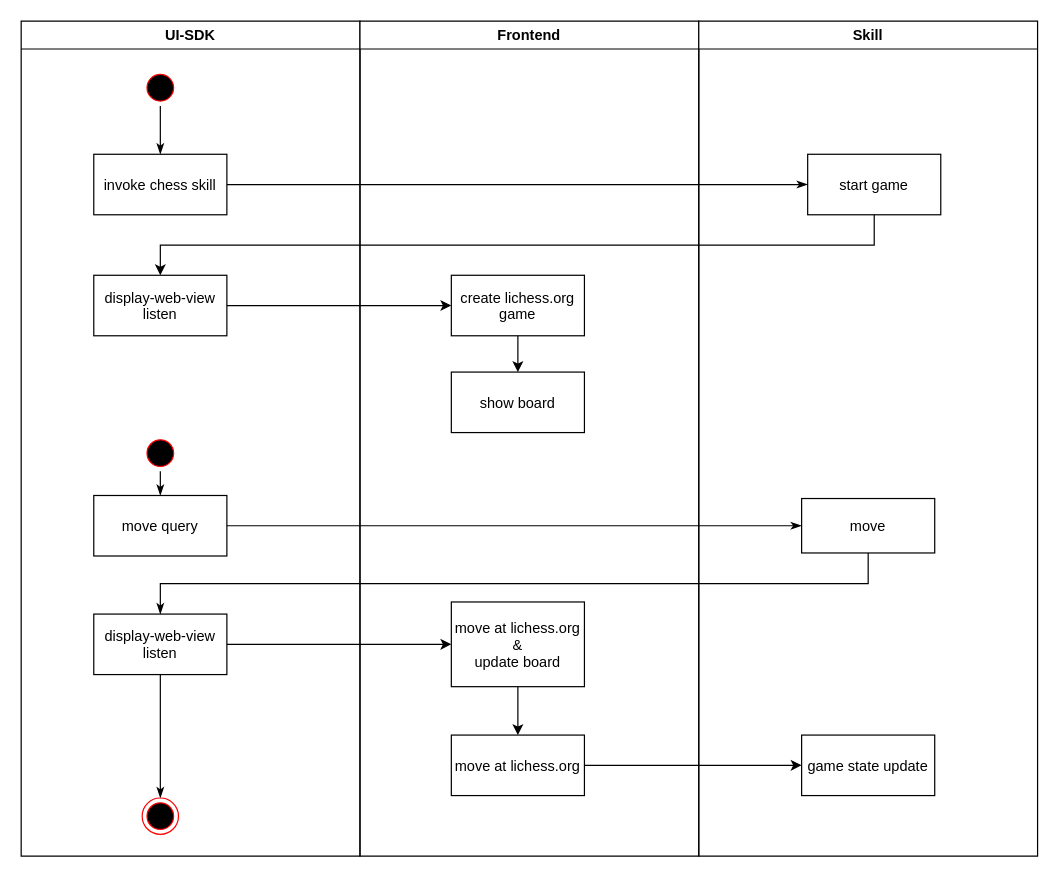
This is page "Normal Flow" (1 of 2) of docs/flows.drawio from mosure/chess-assistant-skill, a draw.io file, before an edit. Source tidied: cells renumbered, new cells numbered last; positions are measured from the earlier drawing's top-left corner, leaving out a move shared by most shapes. Both pictures are drawn from the tidied source at 121%, with x=0, y=0 at pixel (21, 21).
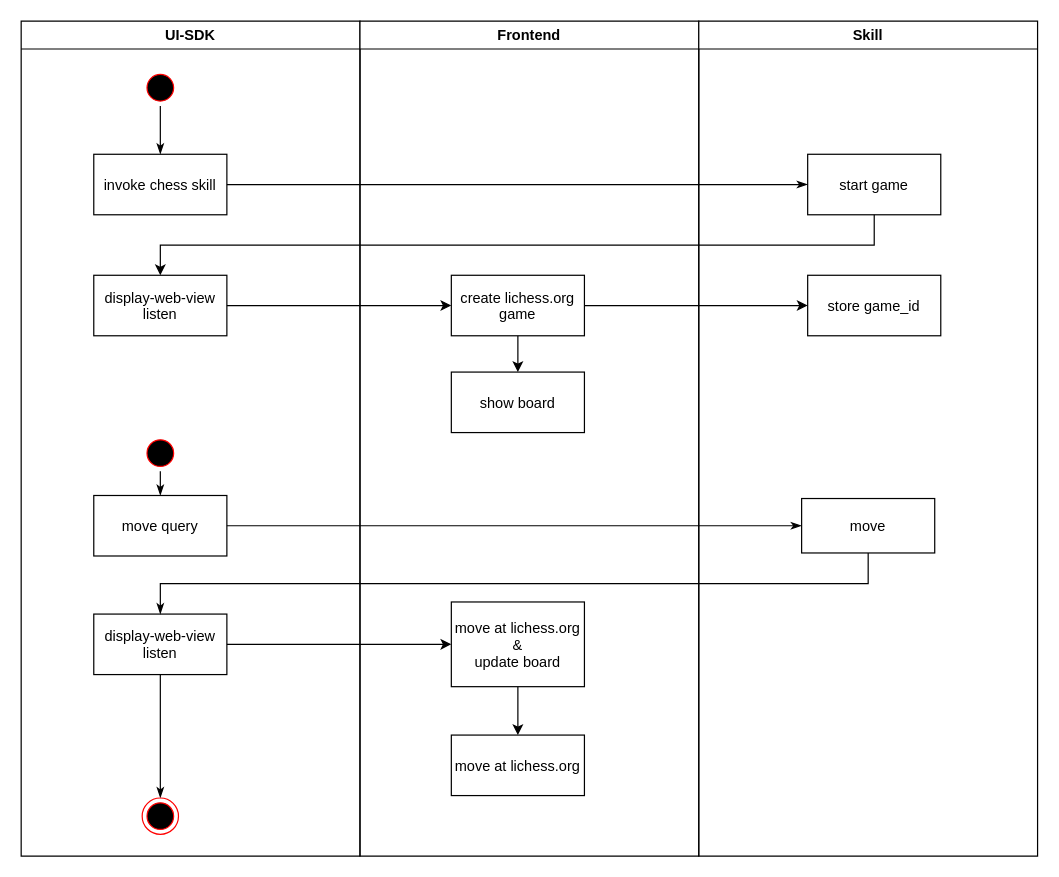
The same diagram, later.

The change refers to these unchanged cells:
```xml
<mxCell id="18" value="create lichess.org&#10;game" parent="13" vertex="1">
  <mxGeometry x="75.5" y="210" width="110" height="50" as="geometry" />
</mxCell>
<mxCell id="19" value="move at lichess.org" parent="13" vertex="1">
  <mxGeometry x="75.5" y="590" width="110" height="50" as="geometry" />
</mxCell>
<mxCell id="20" value="Skill" style="swimlane;whiteSpace=wrap;startSize=23;" parent="1" vertex="1">
  <mxGeometry x="560" width="280" height="690" as="geometry" />
</mxCell>
```

What changed in the source:
```diff
@@
-    <mxCell id="23" value="game state update" parent="20" vertex="1">
-      <mxGeometry x="85" y="590" width="110" height="50" as="geometry" />
+    <mxCell id="23" value="store game_id" parent="20" vertex="1">
+      <mxGeometry x="90" y="210" width="110" height="50" as="geometry" />
     </mxCell>
@@
-    <mxCell id="30" style="edgeStyle=orthogonalEdgeStyle;rounded=0;jettySize=auto;html=1;exitX=1;exitY=0.5;exitDx=0;exitDy=0;entryX=0;entryY=0.5;entryDx=0;entryDy=0;" parent="1" edge="1" source="19" target="23">
-      <mxGeometry relative="1" as="geometry" />
-    </mxCell>
+    <mxCell id="31" style="edgeStyle=orthogonalEdgeStyle;rounded=0;jettySize=auto;html=1;exitX=1;exitY=0.5;exitDx=0;exitDy=0;entryX=0;entryY=0.5;entryDx=0;entryDy=0;" parent="1" edge="1" source="18" target="23">
+      <mxGeometry relative="1" as="geometry" />
+    </mxCell>
```
